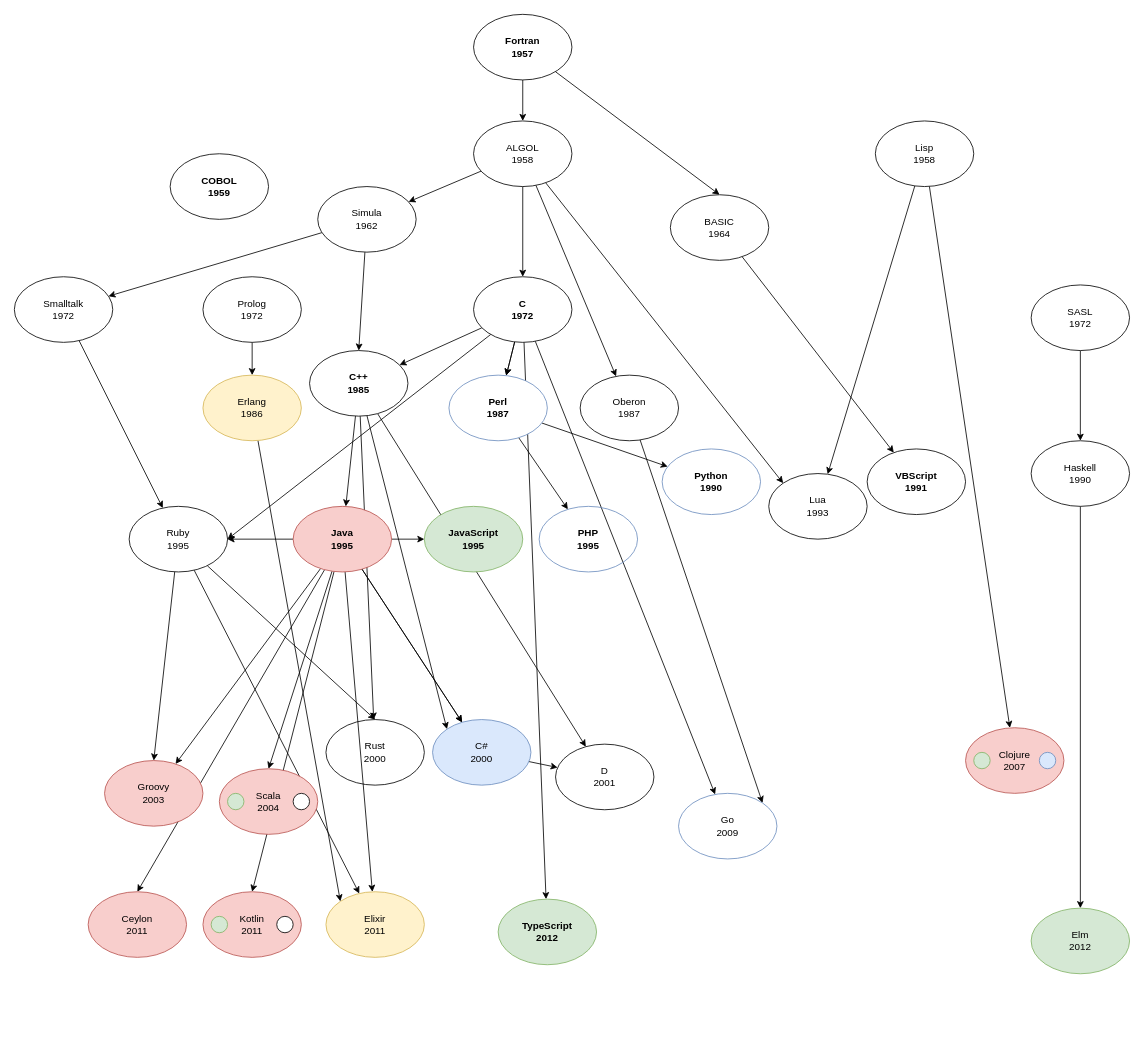
Earlier version of the draw.io diagram lang-tree.drawio (trutvo/dev-ecosystems). Source tidied: cells renumbered, new cells numbered last; positions are measured from the earlier drawing's top-left corner, leaving out a move shared by most shapes. Both pictures are drawn from the tidied source at 82%, with x=0, y=0 at pixel (14, 14).
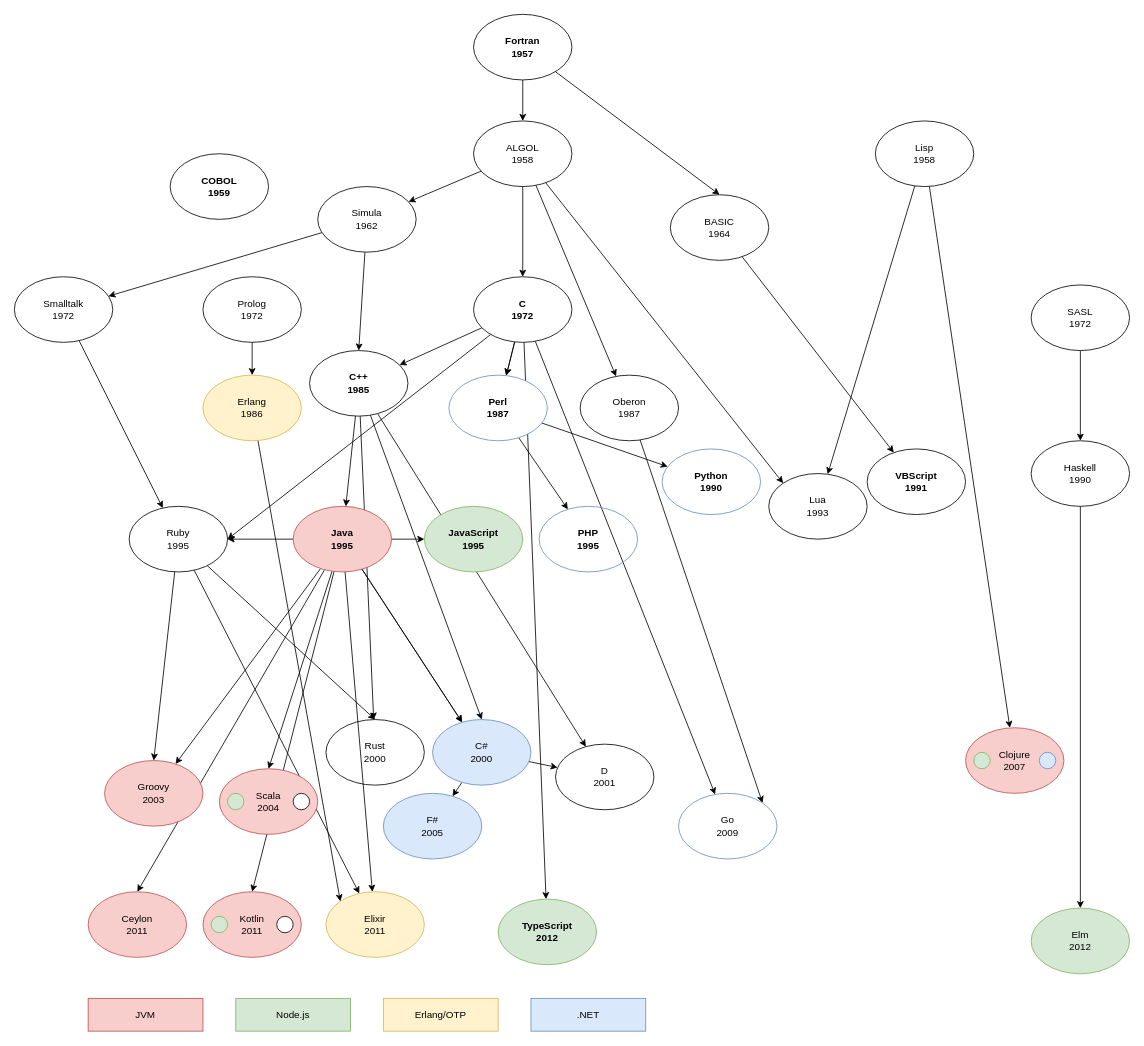
Above is the later version.

Unchanged cells that the change refers to:
```xml
<mxCell id="71" value="C#&lt;br&gt;2000" style="ellipse;whiteSpace=wrap;html=1;fillColor=#dae8fc;strokeColor=#6c8ebf;" parent="1" vertex="1">
  <mxGeometry x="510" y="860" width="120" height="80" as="geometry" />
</mxCell>
<mxCell id="75" value="C++&lt;br&gt;1985" style="ellipse;whiteSpace=wrap;html=1;fontStyle=1;" parent="1" vertex="1">
  <mxGeometry x="360" y="410" width="120" height="80" as="geometry" />
</mxCell>
```

The edit, as a diff of the source:
```diff
@@
-    <mxCell id="43" style="edgeStyle=none;rounded=0;jettySize=auto;html=1;entryX=0;entryY=0;entryDx=0;entryDy=0;" parent="1" edge="1" source="75" target="71">
+    <mxCell id="43" style="edgeStyle=none;rounded=0;jettySize=auto;html=1;entryX=0.5;entryY=0;entryDx=0;entryDy=0;" parent="1" edge="1" source="75" target="71">
       <mxGeometry relative="1" as="geometry" />
     </mxCell>
@@
+    <mxCell id="85" style="rounded=0;jettySize=auto;html=1;" parent="1" edge="1" source="71" target="90">
+      <mxGeometry relative="1" as="geometry" />
+    </mxCell>
@@
+    <mxCell id="86" value="JVM" style="rounded=0;whiteSpace=wrap;html=1;fillColor=#f8cecc;strokeColor=#b85450;" parent="1" vertex="1">
+      <mxGeometry x="90" y="1200" width="140" height="40" as="geometry" />
+    </mxCell>
+    <mxCell id="87" value="Node.js" style="rounded=0;whiteSpace=wrap;html=1;fillColor=#d5e8d4;strokeColor=#82b366;" parent="1" vertex="1">
+      <mxGeometry x="270" y="1200" width="140" height="40" as="geometry" />
+    </mxCell>
+    <mxCell id="88" value="Erlang/OTP" style="rounded=0;whiteSpace=wrap;html=1;fillColor=#fff2cc;strokeColor=#d6b656;" parent="1" vertex="1">
+      <mxGeometry x="450" y="1200" width="140" height="40" as="geometry" />
+    </mxCell>
+    <mxCell id="89" value=".NET" style="rounded=0;whiteSpace=wrap;html=1;fillColor=#dae8fc;strokeColor=#6c8ebf;" parent="1" vertex="1">
+      <mxGeometry x="630" y="1200" width="140" height="40" as="geometry" />
+    </mxCell>
+    <mxCell id="90" value="F#&lt;br&gt;2005" style="ellipse;whiteSpace=wrap;html=1;fillColor=#dae8fc;strokeColor=#6c8ebf;" parent="1" vertex="1">
+      <mxGeometry x="450" y="950" width="120" height="80" as="geometry" />
+    </mxCell>
```
